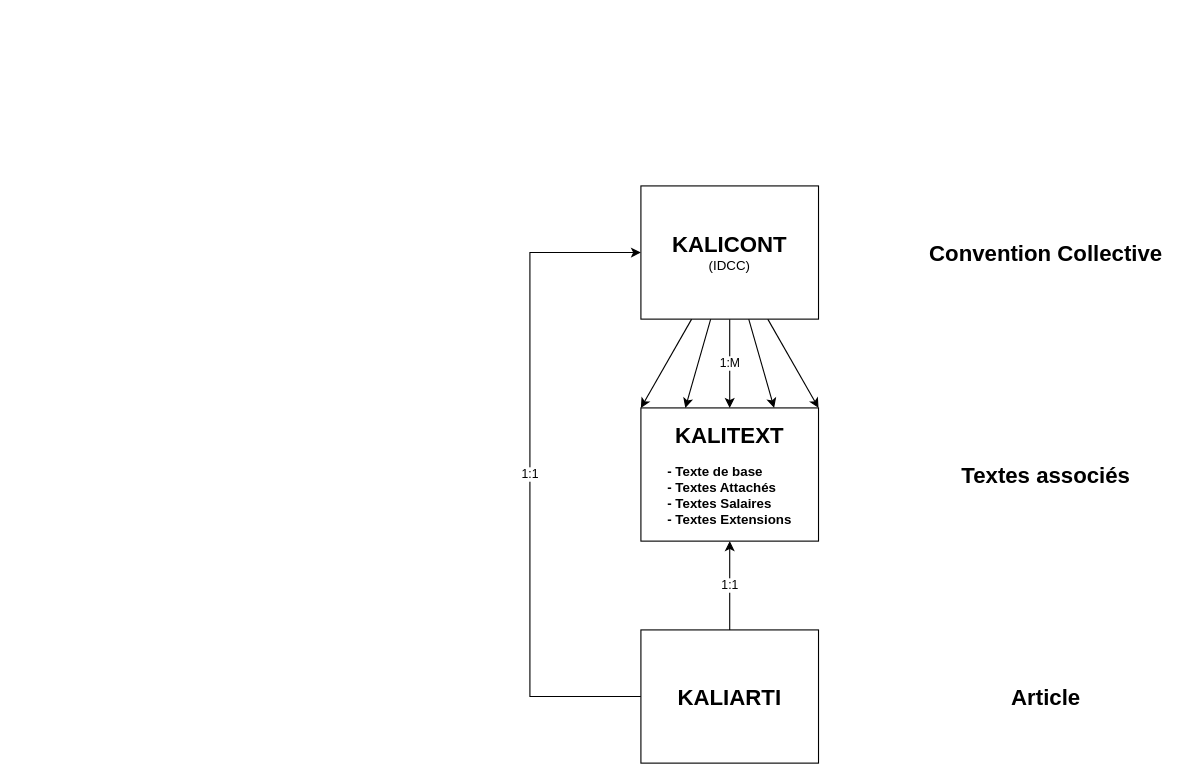
This is diagram/KALI_structure.drawio from szkjn/sandbox_drawio, a draw.io file, before an edit. Source tidied: cells renumbered, new cells numbered last; positions are measured from the earlier drawing's top-left corner, leaving out a move shared by most shapes. Both pictures are drawn from the tidied source at 111%, with x=0, y=0 at pixel (529, 185).
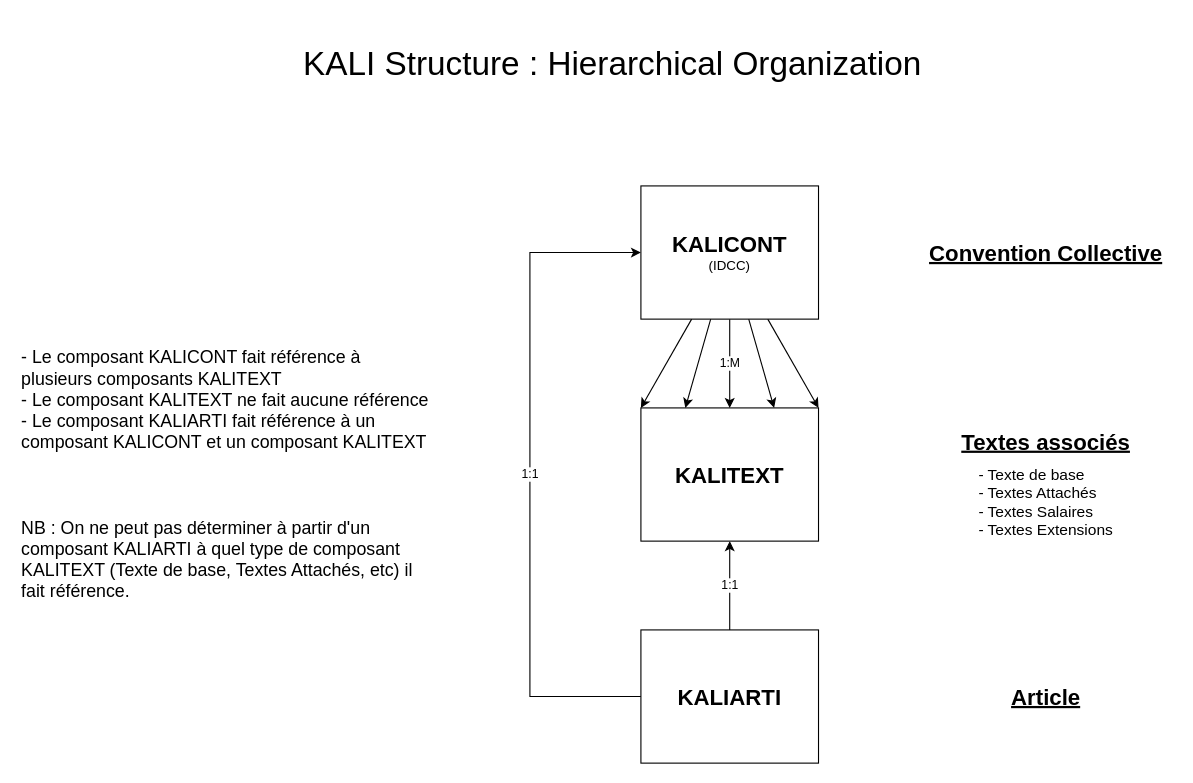
The same diagram, later.

What changed in the source:
```diff
@@
 <mxGraphModel>
   <root>
     <mxCell id="0" />
     <mxCell id="1" parent="0" />
     <mxCell id="2" value="1:1" style="edgeStyle=orthogonalEdgeStyle;rounded=0;jettySize=auto;html=1;entryX=0.5;entryY=1;entryDx=0;entryDy=0;" parent="1" edge="1" source="4" target="5">
       <mxGeometry relative="1" as="geometry" />
     </mxCell>
     <mxCell id="3" value="1:1" style="edgeStyle=orthogonalEdgeStyle;rounded=0;jettySize=auto;html=1;entryX=0;entryY=0.5;entryDx=0;entryDy=0;" parent="1" edge="1" source="4" target="11">
       <mxGeometry relative="1" as="geometry">
         <Array as="points">
           <mxPoint x="-0.1" y="460" />
           <mxPoint x="-0.1" y="60" />
         </Array>
       </mxGeometry>
     </mxCell>
     <mxCell id="4" value="&lt;b&gt;&lt;font style=&quot;font-size: 20px;&quot;&gt;KALIARTI&lt;/font&gt;&lt;/b&gt;" style="rounded=0;whiteSpace=wrap;html=1;" parent="1" vertex="1">
       <mxGeometry x="99.9" y="400" width="160" height="120" as="geometry" />
     </mxCell>
-    <mxCell id="5" value="&lt;b&gt;&lt;font style=&quot;font-size: 20px;&quot;&gt;KALITEXT&lt;/font&gt;&lt;/b&gt;&lt;div&gt;&lt;b&gt;&lt;br&gt;&lt;/b&gt;&lt;div style=&quot;text-align: left;&quot;&gt;&lt;b&gt;- Texte de base&lt;/b&gt;&lt;/div&gt;&lt;div style=&quot;text-align: left;&quot;&gt;&lt;b&gt;- Textes Attachés&lt;/b&gt;&lt;/div&gt;&lt;div style=&quot;text-align: left;&quot;&gt;&lt;b&gt;- Textes Salaires&lt;/b&gt;&lt;/div&gt;&lt;div style=&quot;text-align: left;&quot;&gt;&lt;b&gt;- Textes Extensions&lt;/b&gt;&lt;/div&gt;&lt;/div&gt;" style="rounded=0;whiteSpace=wrap;html=1;align=center;" parent="1" vertex="1">
+    <mxCell id="5" value="&lt;b&gt;&lt;font style=&quot;font-size: 20px;&quot;&gt;KALITEXT&lt;/font&gt;&lt;/b&gt;" style="rounded=0;whiteSpace=wrap;html=1;align=center;" parent="1" vertex="1">
       <mxGeometry x="99.9" y="200" width="160" height="120" as="geometry" />
     </mxCell>
     <mxCell id="6" style="rounded=0;jettySize=auto;html=1;entryX=0;entryY=0;entryDx=0;entryDy=0;" parent="1" edge="1" source="11" target="5">
       <mxGeometry relative="1" as="geometry" />
     </mxCell>
     <mxCell id="7" style="rounded=0;jettySize=auto;html=1;entryX=0.25;entryY=0;entryDx=0;entryDy=0;" parent="1" edge="1" source="11" target="5">
       <mxGeometry relative="1" as="geometry" />
     </mxCell>
     <mxCell id="8" value="1:M" style="edgeStyle=orthogonalEdgeStyle;rounded=0;jettySize=auto;html=1;entryX=0.5;entryY=0;entryDx=0;entryDy=0;" parent="1" edge="1" source="11" target="5">
       <mxGeometry relative="1" as="geometry" />
     </mxCell>
     <mxCell id="9" style="rounded=0;jettySize=auto;html=1;entryX=0.75;entryY=0;entryDx=0;entryDy=0;" parent="1" edge="1" source="11" target="5">
       <mxGeometry relative="1" as="geometry" />
     </mxCell>
     <mxCell id="10" style="rounded=0;jettySize=auto;html=1;entryX=1;entryY=0;entryDx=0;entryDy=0;" parent="1" edge="1" source="11" target="5">
       <mxGeometry relative="1" as="geometry" />
     </mxCell>
     <mxCell id="11" value="&lt;b&gt;&lt;font style=&quot;font-size: 20px;&quot;&gt;KALICONT&lt;/font&gt;&lt;/b&gt;&lt;div&gt;(IDCC)&lt;/div&gt;" style="rounded=0;whiteSpace=wrap;html=1;" parent="1" vertex="1">
       <mxGeometry x="99.9" width="160" height="120" as="geometry" />
     </mxCell>
-    <mxCell id="12" value="Convention Collective" style="text;html=1;align=center;verticalAlign=middle;whiteSpace=wrap;rounded=0;fontSize=20;fontStyle=1;" parent="1" vertex="1">
+    <mxCell id="12" value="Convention Collective" style="text;html=1;align=center;verticalAlign=middle;whiteSpace=wrap;rounded=0;fontSize=20;fontStyle=5;" parent="1" vertex="1">
       <mxGeometry x="350" y="30" width="230" height="60" as="geometry" />
     </mxCell>
-    <mxCell id="13" value="Article" style="text;html=1;align=center;verticalAlign=middle;whiteSpace=wrap;rounded=0;fontSize=20;fontStyle=1;" parent="1" vertex="1">
+    <mxCell id="13" value="Article" style="text;html=1;align=center;verticalAlign=middle;whiteSpace=wrap;rounded=0;fontSize=20;fontStyle=5;" parent="1" vertex="1">
       <mxGeometry x="350" y="430" width="230" height="60" as="geometry" />
     </mxCell>
-    <mxCell id="14" value="Textes associés" style="text;html=1;align=center;verticalAlign=middle;whiteSpace=wrap;rounded=0;fontSize=20;fontStyle=1;" parent="1" vertex="1">
-      <mxGeometry x="350" y="230" width="230" height="60" as="geometry" />
+    <mxCell id="14" value="Textes associés" style="text;html=1;align=center;verticalAlign=middle;whiteSpace=wrap;rounded=0;fontSize=20;fontStyle=5;" parent="1" vertex="1">
+      <mxGeometry x="350" y="200" width="230" height="60" as="geometry" />
     </mxCell>
+    <mxCell id="15" value="KALI Structure : Hierarchical Organization" style="text;html=1;align=center;verticalAlign=middle;whiteSpace=wrap;rounded=0;fontSize=30;" parent="1" vertex="1">
+      <mxGeometry x="-233.1" y="-150" width="615" height="80" as="geometry" />
+    </mxCell>
+    <mxCell id="16" value="&lt;div style=&quot;text-align: left;&quot;&gt;- Texte de base&lt;/div&gt;&lt;div style=&quot;text-align: left;&quot;&gt;- Textes Attachés&lt;/div&gt;&lt;div style=&quot;text-align: left;&quot;&gt;- Textes Salaires&lt;/div&gt;&lt;div style=&quot;text-align: left;&quot;&gt;- Textes Extensions&lt;/div&gt;" style="text;html=1;align=center;verticalAlign=middle;whiteSpace=wrap;rounded=0;fontSize=14;" parent="1" vertex="1">
+      <mxGeometry x="375" y="250" width="180" height="70" as="geometry" />
+    </mxCell>
+    <mxCell id="17" value="&lt;font style=&quot;font-size: 16px;&quot;&gt;- Le composant KALICONT fait référence à plusieurs composants KALITEXT&lt;/font&gt;&lt;div&gt;&lt;font style=&quot;font-size: 16px;&quot;&gt;- Le composant KALITEXT ne fait aucune référence&lt;/font&gt;&lt;/div&gt;&lt;div&gt;&lt;font style=&quot;font-size: 16px;&quot;&gt;- Le composant KALIARTI fait référence à un composant KALICONT et un composant KALITEXT&lt;/font&gt;&lt;/div&gt;&lt;div&gt;&lt;font style=&quot;font-size: 16px;&quot;&gt;&lt;br&gt;&lt;/font&gt;&lt;/div&gt;&lt;div&gt;&lt;font style=&quot;font-size: 16px;&quot;&gt;&lt;br&gt;&lt;/font&gt;&lt;/div&gt;&lt;div&gt;&lt;font style=&quot;font-size: 16px;&quot;&gt;&lt;br&gt;&lt;/font&gt;&lt;/div&gt;&lt;div&gt;&lt;font style=&quot;font-size: 16px;&quot;&gt;NB : On ne peut pas déterminer à partir d'un composant KALIARTI à quel type de composant KALITEXT (Texte de base, Textes Attachés, etc) il fait référence.&amp;nbsp;&lt;/font&gt;&lt;/div&gt;" style="text;html=1;align=left;verticalAlign=middle;whiteSpace=wrap;rounded=0;" parent="1" vertex="1">
+      <mxGeometry x="-460.1" y="15" width="370" height="490" as="geometry" />
+    </mxCell>
   </root>
 </mxGraphModel>
```
